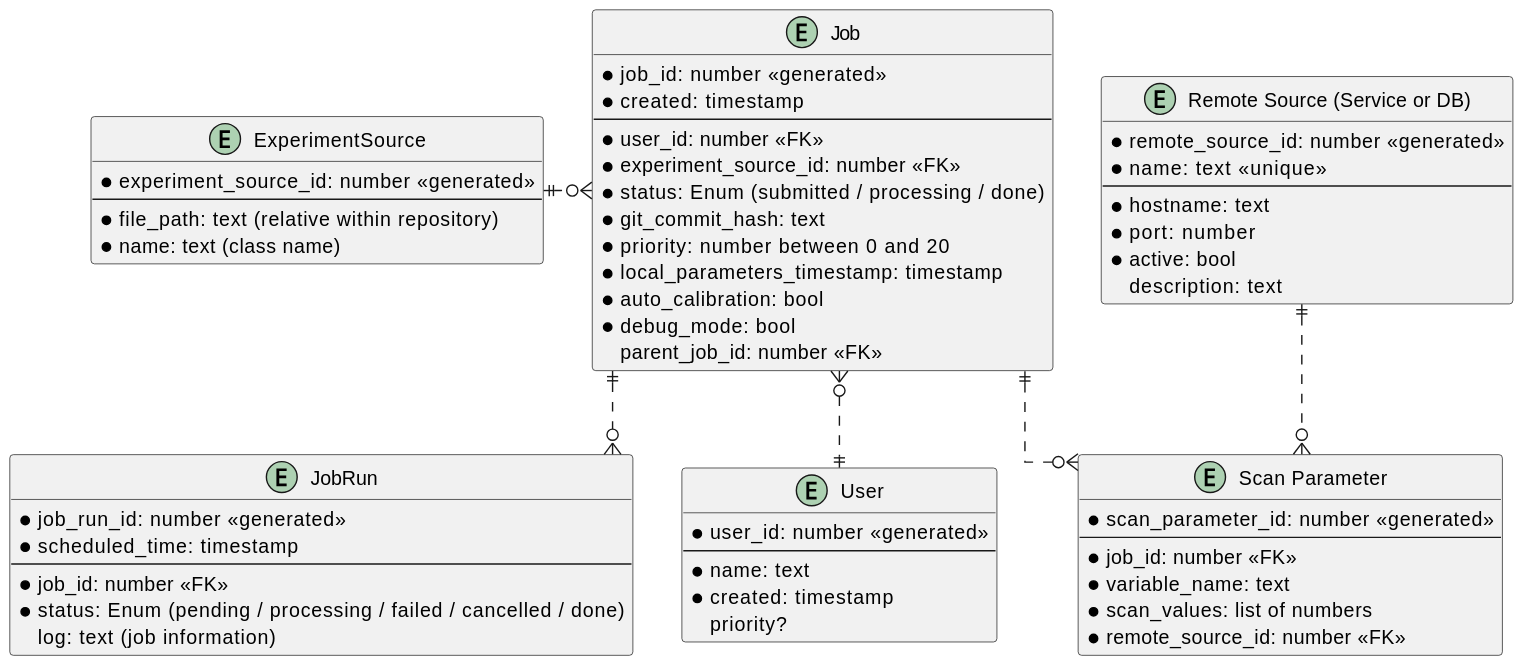
Before: docs/plantuml_diagrams/sqlite_ER.svg, a diagram exported from PlantUML (tiqi-group/icon).
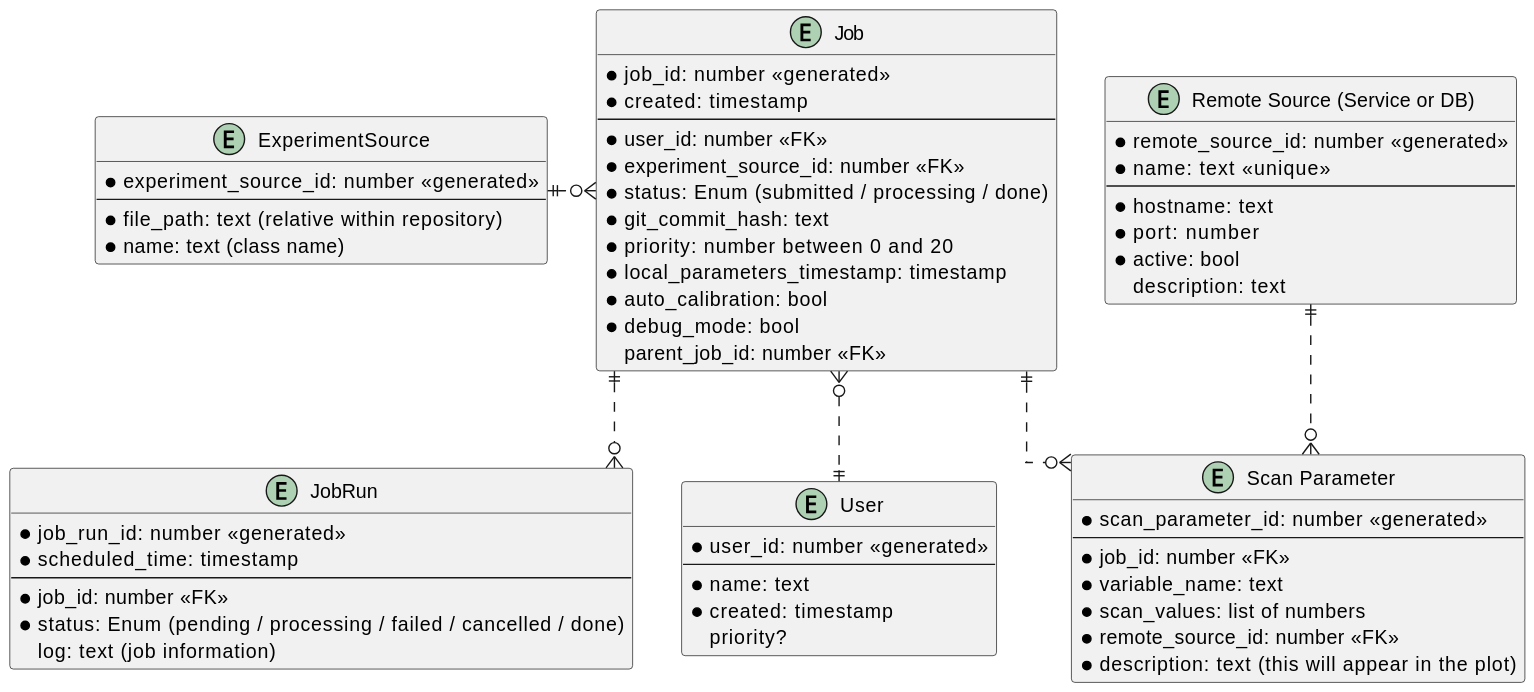
The same file after the commit.

Commit message:
adds description to scan parameter model

Diff of the diagram source:
```diff
@@ -47,6 +47,7 @@
     *variable_name: text
     *scan_values: list of numbers
     *remote_source_id: number <<FK>>
+    *description: text (this will appear in the plot)
 }
 
 entity "Remote Source (Service or DB)" as remote {
```
